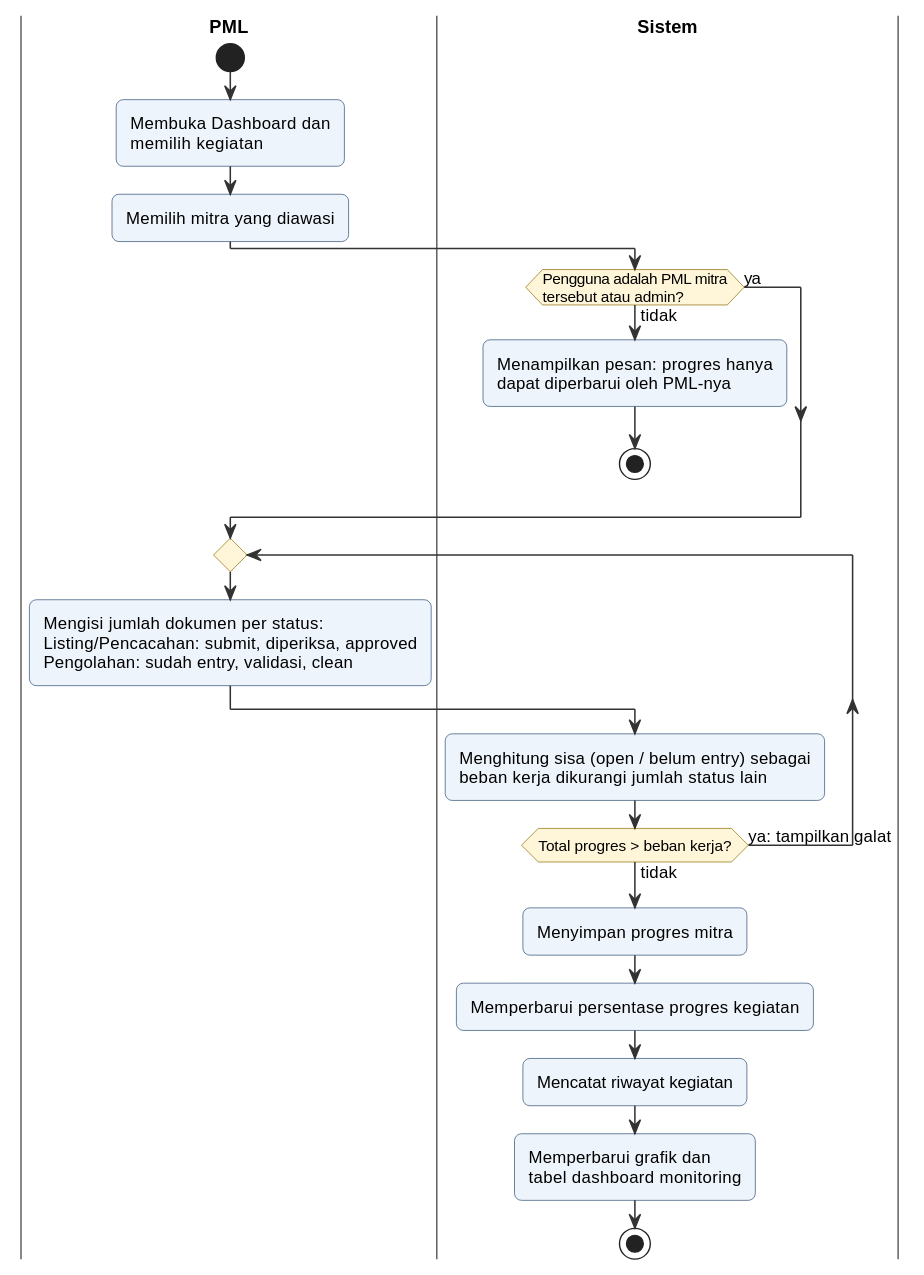
Above: docs/diagram/out/activity-input-progres.svg in kharis5870/Kharisma (PlantUML), before the change.
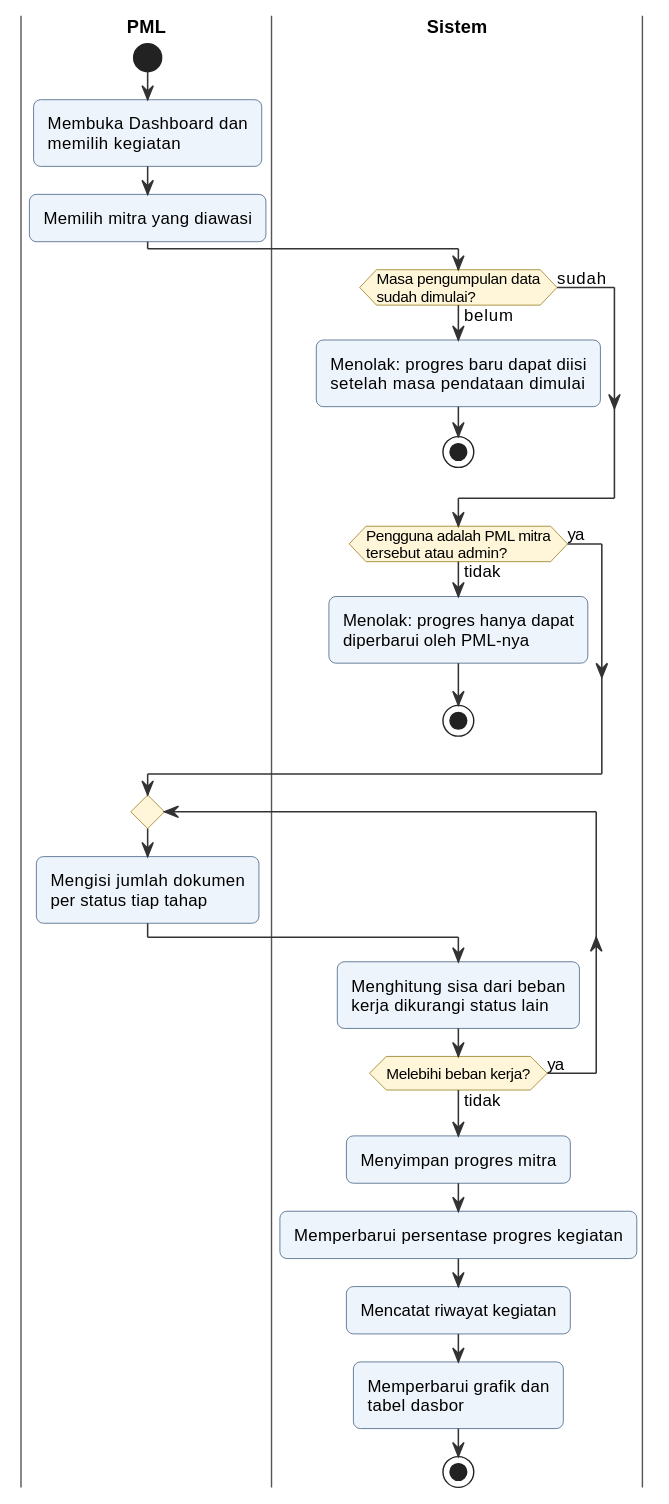
Later version of the same file.

The edit, as a diff of the source:
```diff
@@ -8,27 +8,33 @@
 :Memilih mitra yang diawasi;
 
 |Sistem|
+if (Masa pengumpulan data\nsudah dimulai?) then (belum)
+  :Menolak: progres baru dapat diisi
+  setelah masa pendataan dimulai;
+  stop
+else (sudah)
+endif
+
 if (Pengguna adalah PML mitra\ntersebut atau admin?) then (tidak)
-  :Menampilkan pesan: progres hanya
-  dapat diperbarui oleh PML-nya;
+  :Menolak: progres hanya dapat
+  diperbarui oleh PML-nya;
   stop
 else (ya)
 endif
 
 repeat
   |PML|
-  :Mengisi jumlah dokumen per status:
-  Listing/Pencacahan: submit, diperiksa, approved
-  Pengolahan: sudah entry, validasi, clean;
+  :Mengisi jumlah dokumen
+  per status tiap tahap;
   |Sistem|
-  :Menghitung sisa (open / belum entry) sebagai
-  beban kerja dikurangi jumlah status lain;
-repeat while (Total progres > beban kerja?) is (ya: tampilkan galat) not (tidak)
+  :Menghitung sisa dari beban
+  kerja dikurangi status lain;
+repeat while (Melebihi beban kerja?) is (ya) not (tidak)
 
 :Menyimpan progres mitra;
 :Memperbarui persentase progres kegiatan;
 :Mencatat riwayat kegiatan;
 :Memperbarui grafik dan
-tabel dashboard monitoring;
+tabel dasbor;
 stop
 @enduml
```
